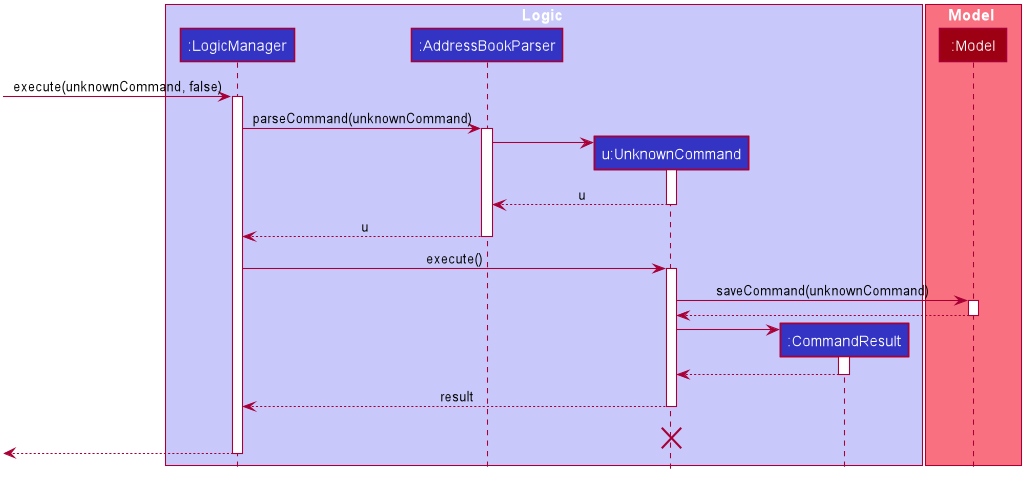
Earlier version of the PlantUML export docs/images/UnknownCommandDiagram.png (nus-cs2103-AY1920S1/addressbook-level3).
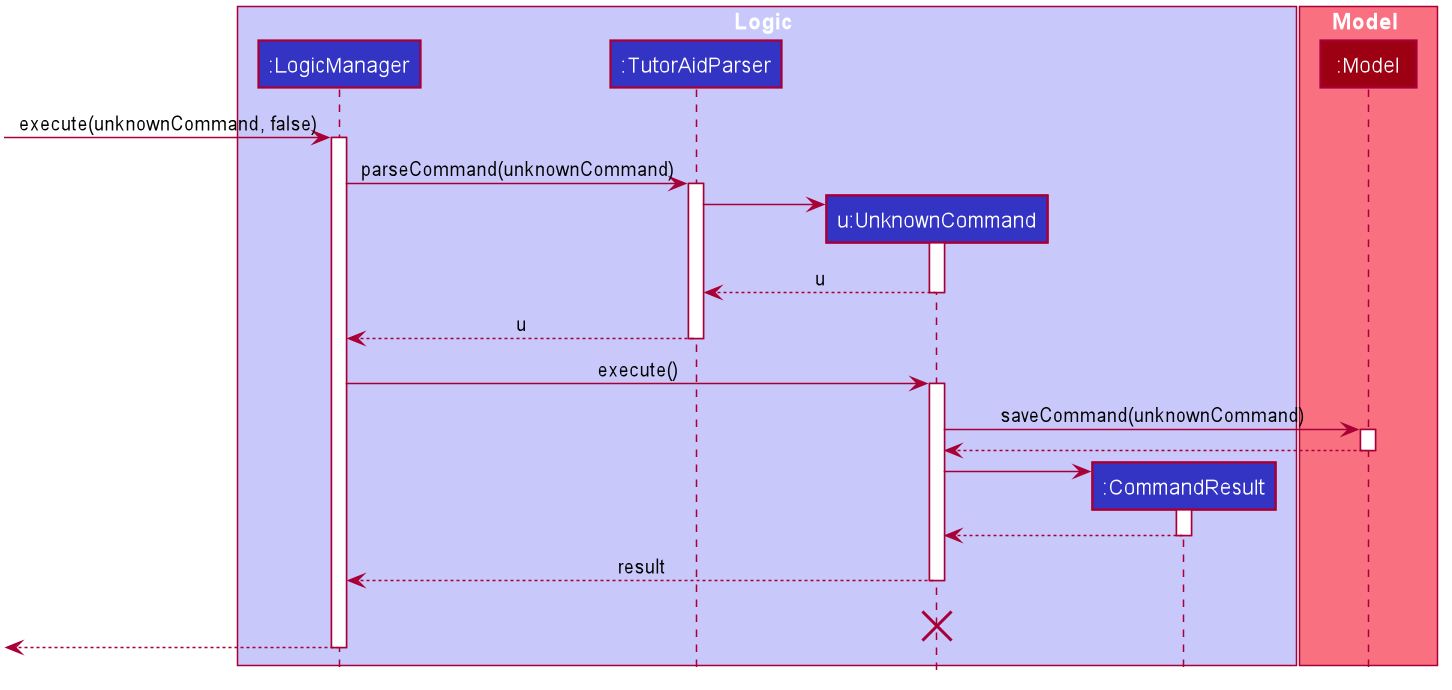
The same diagram one commit later.

Diff of the diagram source:
```diff
@@ -50,7 +50,7 @@
 
 box Logic #C8C8FA
 participant ":LogicManager" as LogicManager #3333C4
-participant ":AddressBookParser" as AddressBookParser #3333C4
+participant ":TutorAidParser" as AddressBookParser #3333C4
 participant "u:UnknownCommand" as DeleteCommand #3333C4
 participant ":CommandResult" as CommandResult #3333C4
 end box
```
